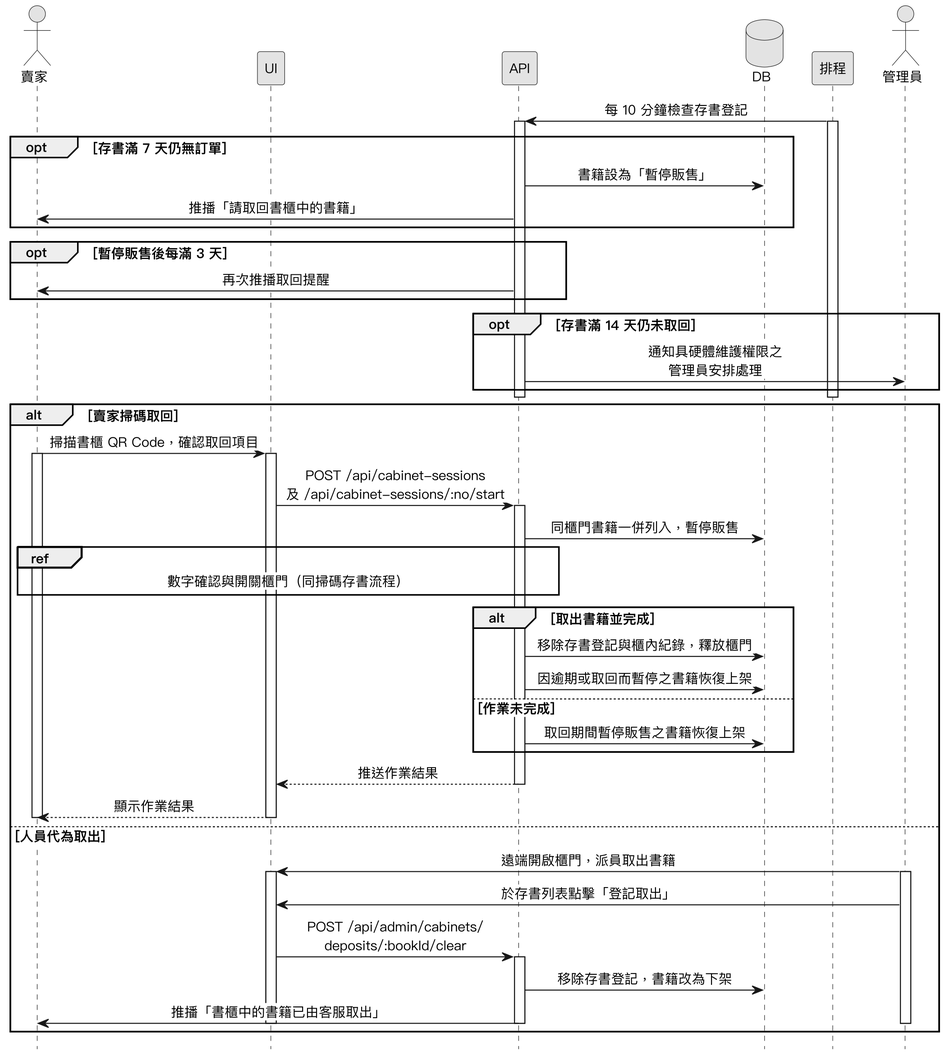
Earlier version of the PlantUML export Diagrams/Sequence Diagrams/v3/seq_deposit_retrieval.png (SaveMyBook/SaveMyBook). Source of this version:
```plantuml
@startuml
skinparam monochrome true
skinparam shadowing false
skinparam dpi 220
skinparam defaultFontName "PingFang TC"
skinparam defaultFontSize 13
skinparam sequenceMessageAlign center
skinparam ParticipantPadding 18
hide footbox

actor 賣家
participant UI
participant API
database DB
participant 排程
actor 管理員

排程 -> API : 每 10 分鐘檢查存書登記
activate 排程
activate API
opt 存書滿 7 天仍無訂單
  API -> DB : 書籍設為「暫停販售」
  API -> 賣家 : 推播「請取回書櫃中的書籍」
end
opt 暫停販售後每滿 3 天
  API -> 賣家 : 再次推播取回提醒
end
opt 存書滿 14 天仍未取回
  API -> 管理員 : 通知具硬體維護權限之\n管理員安排處理
end
deactivate API
deactivate 排程

alt 賣家掃碼取回
  賣家 -> UI : 掃描書櫃 QR Code，確認取回項目
  activate 賣家
  activate UI
  UI -> API : POST /api/cabinet-sessions\n及 /api/cabinet-sessions/:no/start
  activate API
  API -> DB : 同櫃門書籍一併列入，暫停販售
  ref over 賣家, UI, API : 數字確認與開關櫃門（同掃碼存書流程）
  alt 取出書籍並完成
    API -> DB : 移除存書登記與櫃內紀錄，釋放櫃門
    API -> DB : 因逾期或取回而暫停之書籍恢復上架
  else 作業未完成
    API -> DB : 取回期間暫停販售之書籍恢復上架
  end
  API --> UI : 推送作業結果
  deactivate API
  UI --> 賣家 : 顯示作業結果
  deactivate UI
  deactivate 賣家
else 人員代為取出
  管理員 -> UI : 遠端開啟櫃門，派員取出書籍
  activate 管理員
  activate UI
  管理員 -> UI : 於存書列表點擊「登記取出」
  UI -> API : POST /api/admin/cabinets/\ndeposits/:bookId/clear
  activate API
  API -> DB : 移除存書登記，書籍改為下架
  API -> 賣家 : 推播「書櫃中的書籍已由客服取出」
  deactivate API
  deactivate UI
  deactivate 管理員
end
@enduml
```
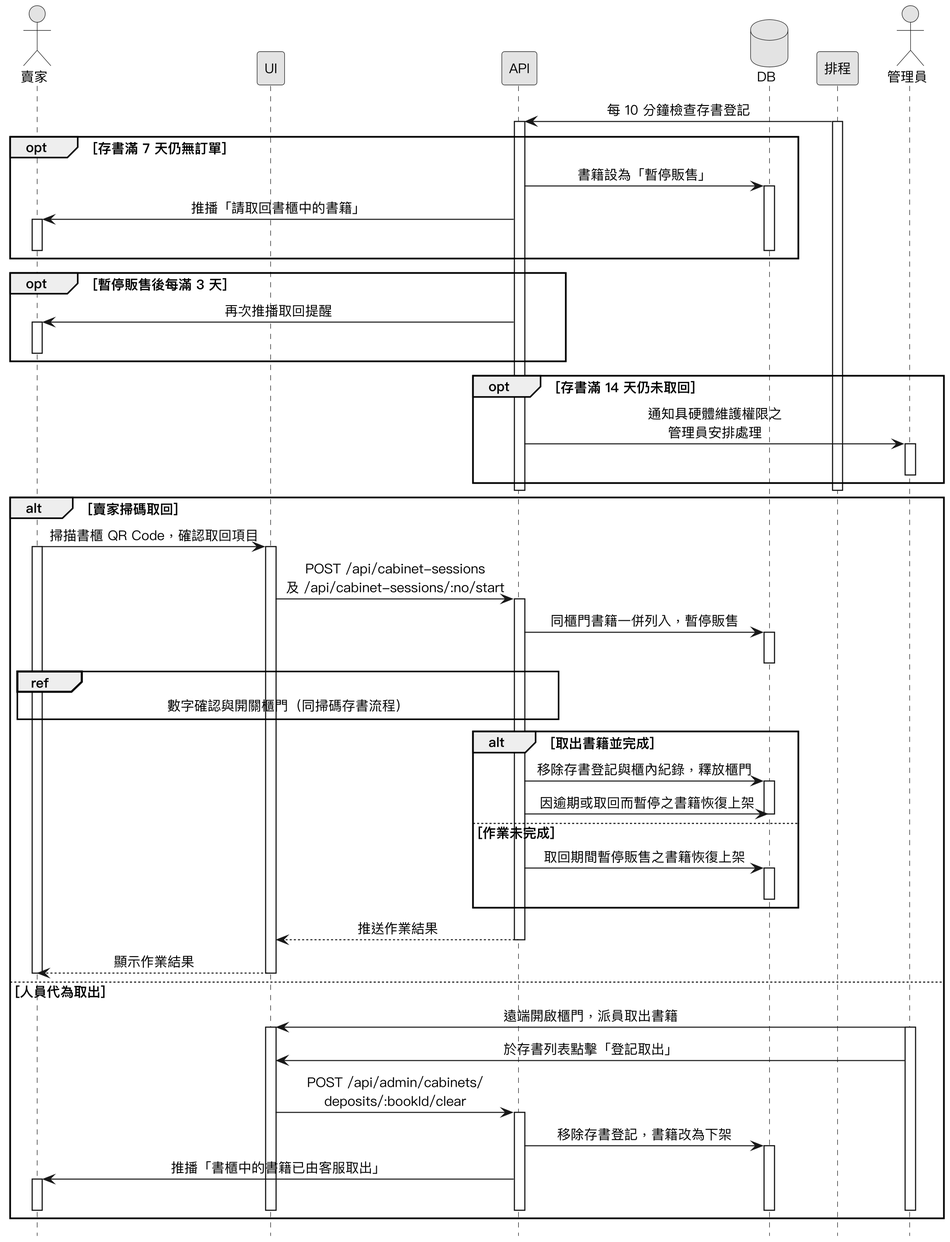
Later version of the same file.

What changed in the source:
```diff
@@ -20,13 +20,18 @@
 activate API
 opt 存書滿 7 天仍無訂單
   API -> DB : 書籍設為「暫停販售」
-  API -> 賣家 : 推播「請取回書櫃中的書籍」
+  activate DB
+  API -> 賣家 ++ : 推播「請取回書櫃中的書籍」
+  deactivate DB
+  deactivate 賣家
 end
 opt 暫停販售後每滿 3 天
-  API -> 賣家 : 再次推播取回提醒
+  API -> 賣家 ++ : 再次推播取回提醒
+  deactivate 賣家
 end
 opt 存書滿 14 天仍未取回
-  API -> 管理員 : 通知具硬體維護權限之\n管理員安排處理
+  API -> 管理員 ++ : 通知具硬體維護權限之\n管理員安排處理
+  deactivate 管理員
 end
 deactivate API
 deactivate 排程
@@ -37,13 +42,17 @@
   activate UI
   UI -> API : POST /api/cabinet-sessions\n及 /api/cabinet-sessions/:no/start
   activate API
-  API -> DB : 同櫃門書籍一併列入，暫停販售
+  API -> DB ++ : 同櫃門書籍一併列入，暫停販售
+  deactivate DB
   ref over 賣家, UI, API : 數字確認與開關櫃門（同掃碼存書流程）
   alt 取出書籍並完成
     API -> DB : 移除存書登記與櫃內紀錄，釋放櫃門
+    activate DB
     API -> DB : 因逾期或取回而暫停之書籍恢復上架
+    deactivate DB
   else 作業未完成
-    API -> DB : 取回期間暫停販售之書籍恢復上架
+    API -> DB ++ : 取回期間暫停販售之書籍恢復上架
+    deactivate DB
   end
   API --> UI : 推送作業結果
   deactivate API
@@ -58,7 +67,10 @@
   UI -> API : POST /api/admin/cabinets/\ndeposits/:bookId/clear
   activate API
   API -> DB : 移除存書登記，書籍改為下架
-  API -> 賣家 : 推播「書櫃中的書籍已由客服取出」
+  activate DB
+  API -> 賣家 ++ : 推播「書櫃中的書籍已由客服取出」
+  deactivate DB
+  deactivate 賣家
   deactivate API
   deactivate UI
   deactivate 管理員
```
